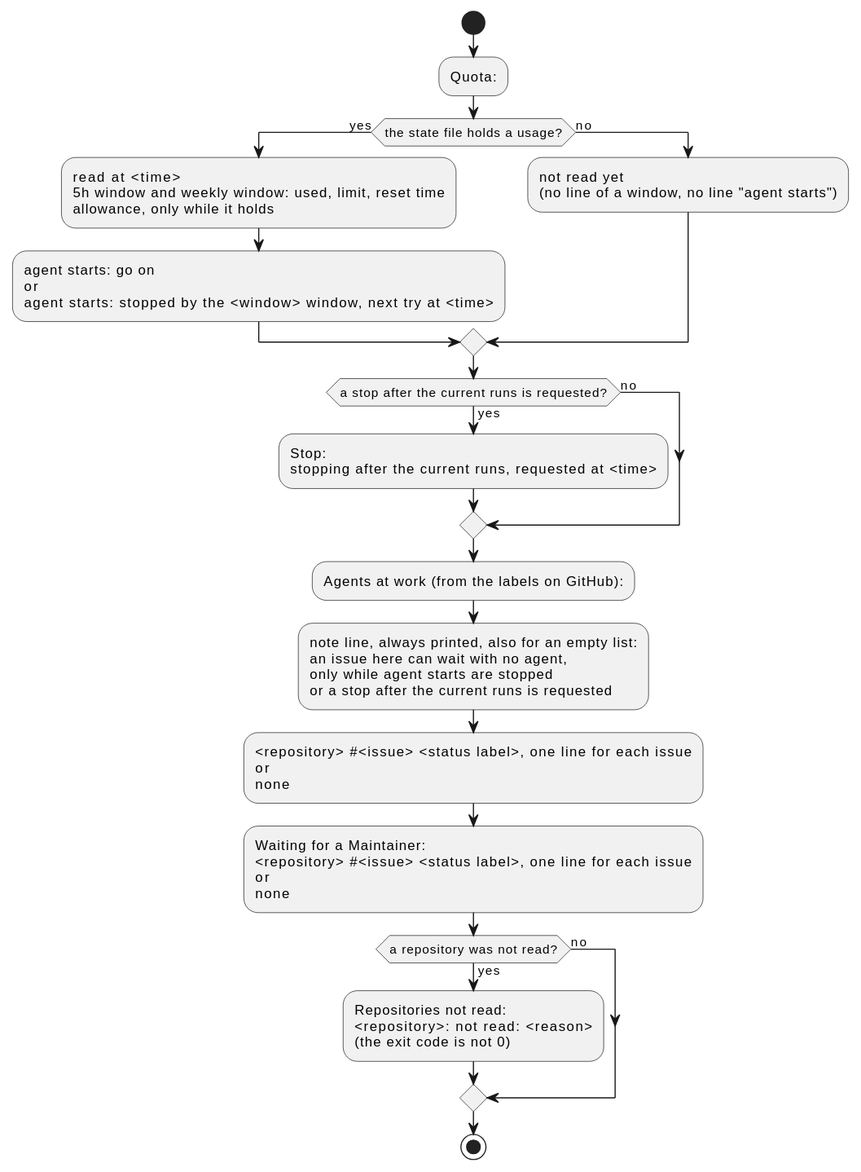
Before: docs/ja/designs/quota-status.svg, a diagram exported from PlantUML (cloveclovedev/cumin-works).
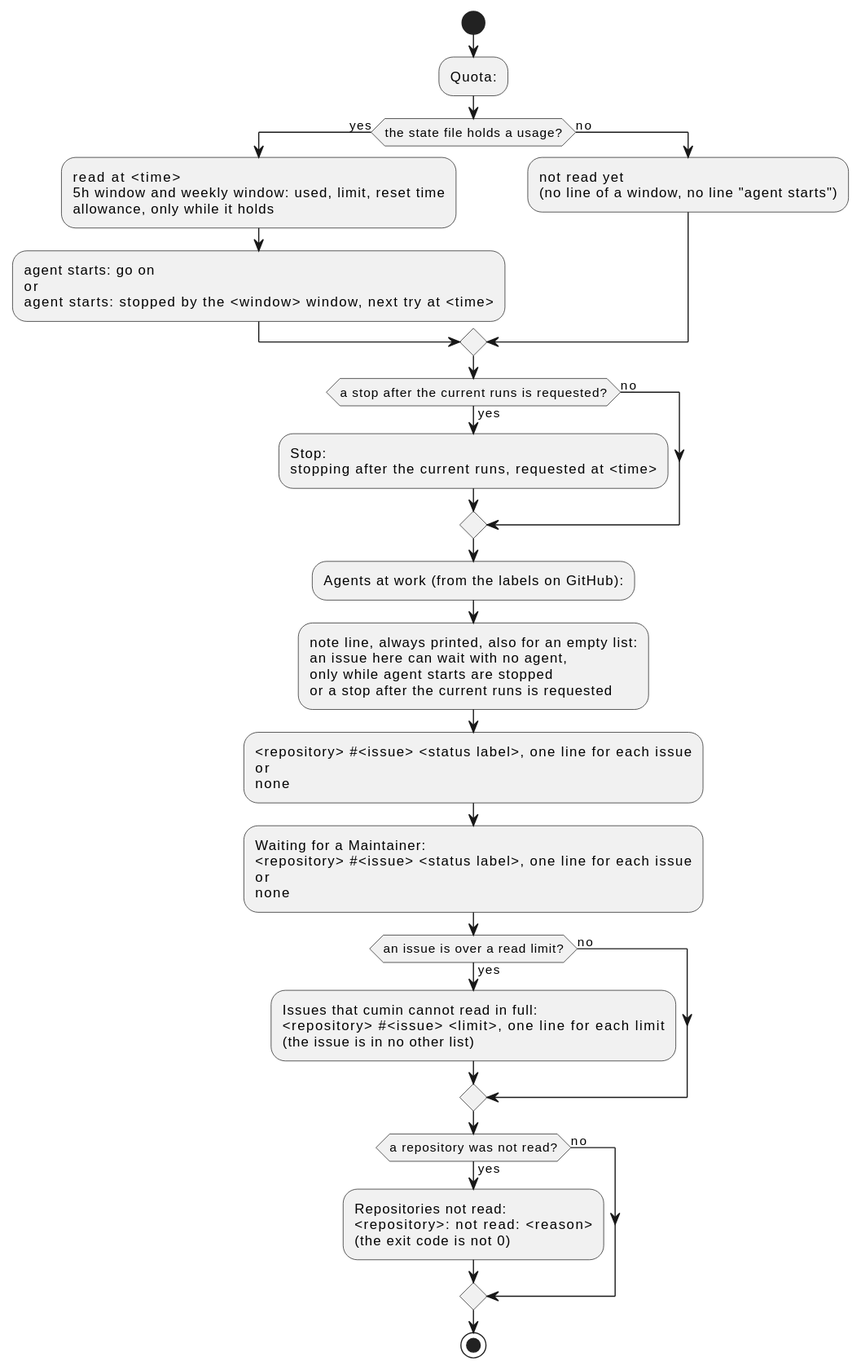
After the change.

Commit message:
feat(status): show the issues that cumin cannot read in full (#642)

What changed in the source:
```diff
@@ -18,6 +18,10 @@
 :note line, always printed, also for an empty list:\nan issue here can wait with no agent,\nonly while agent starts are stopped\nor a stop after the current runs is requested;
 :<repository> #<issue> <status label>, one line for each issue\nor\nnone;
 :Waiting for a Maintainer:\n<repository> #<issue> <status label>, one line for each issue\nor\nnone;
+if (an issue is over a read limit?) then (yes)
+  :Issues that cumin cannot read in full:\n<repository> #<issue> <limit>, one line for each limit\n(the issue is in no other list);
+else (no)
+endif
 if (a repository was not read?) then (yes)
   :Repositories not read:\n<repository>: not read: <reason>\n(the exit code is not 0);
 else (no)
```
